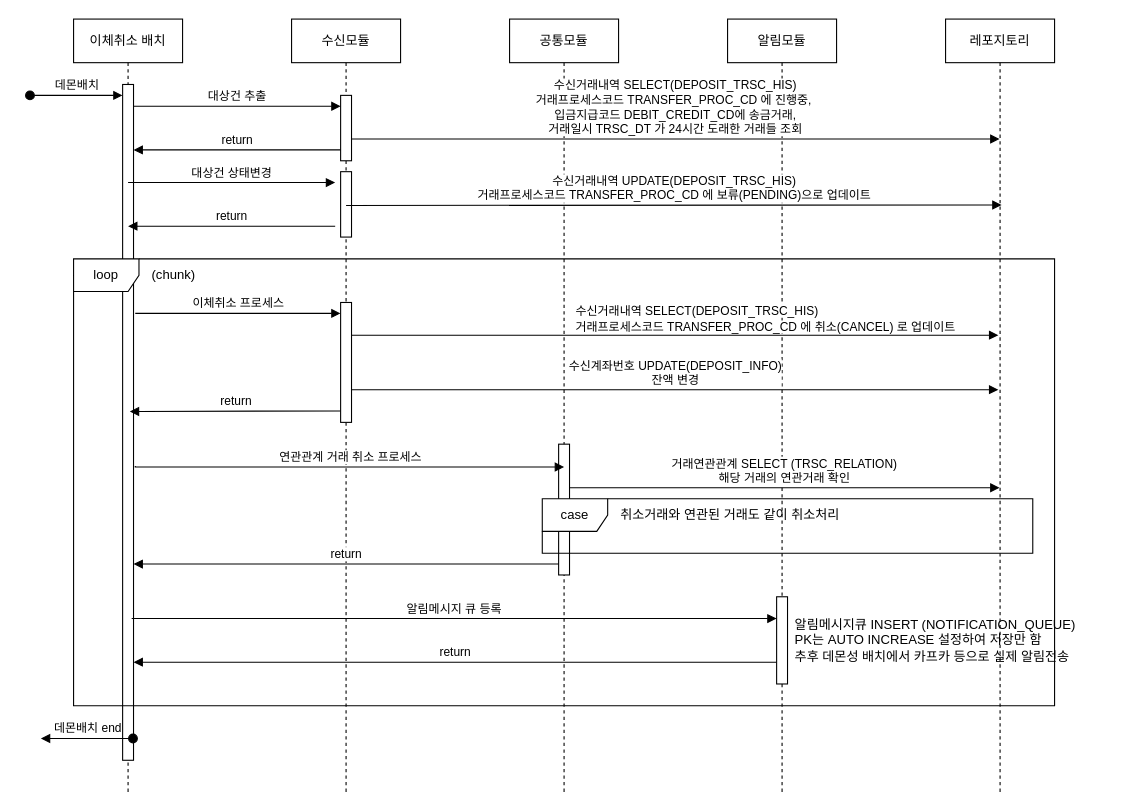
This is src/main/resources/files/시퀀스다이어그램/송금취소배치.drawio from NohKeun/kakao, a draw.io file, before an edit. Source tidied: cells renumbered, new cells numbered last; positions are measured from the earlier drawing's top-left corner, leaving out a move shared by most shapes. Both pictures are drawn from the tidied source at 109%, with x=0, y=0 at pixel (29, 19).
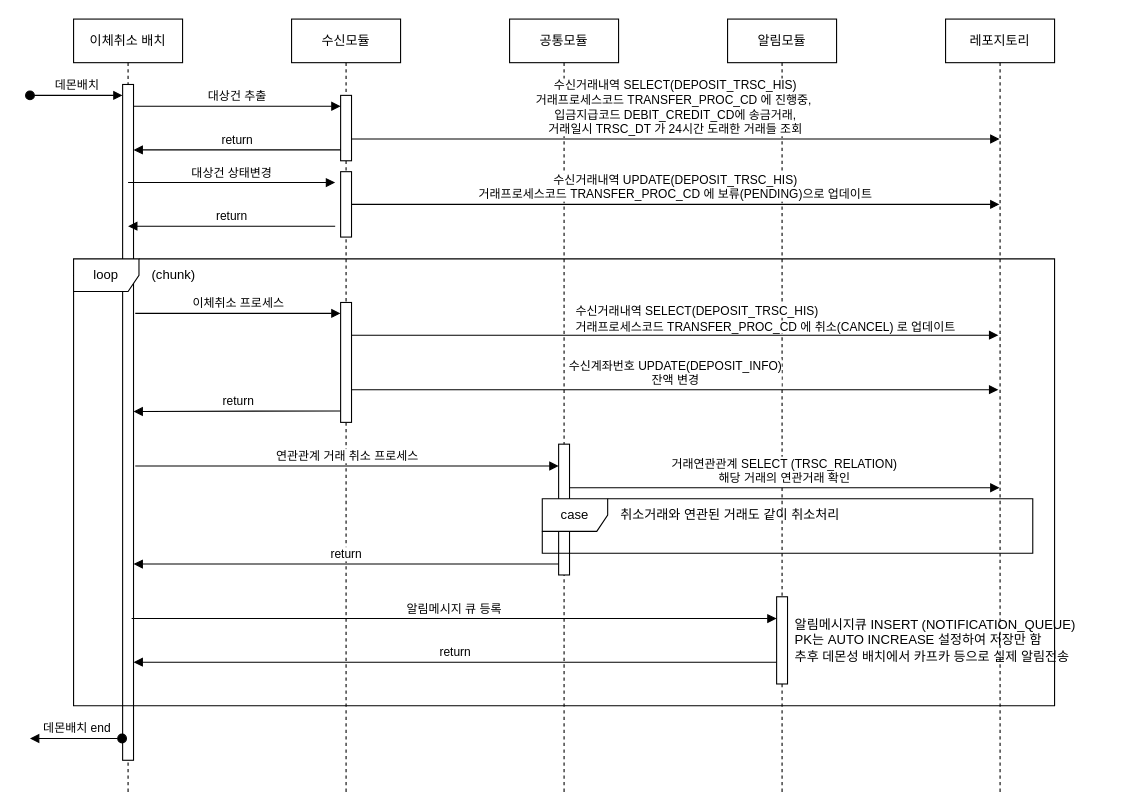
The same diagram, later.

Commit message:
송금취소배치.drawio 업데이트

Unchanged cells that the change refers to:
```xml
<mxCell id="3" style="html=1;points=[];perimeter=orthogonalPerimeter;outlineConnect=0;targetShapes=umlLifeline;portConstraint=eastwest;newEdgeStyle={&quot;edgeStyle&quot;:&quot;elbowEdgeStyle&quot;,&quot;elbow&quot;:&quot;vertical&quot;,&quot;curved&quot;:0,&quot;rounded&quot;:0};" parent="2" vertex="1">
  <mxGeometry x="45" y="60" width="10" height="620" as="geometry" />
</mxCell>
<mxCell id="11" style="html=1;points=[];perimeter=orthogonalPerimeter;outlineConnect=0;targetShapes=umlLifeline;portConstraint=eastwest;newEdgeStyle={&quot;edgeStyle&quot;:&quot;elbowEdgeStyle&quot;,&quot;elbow&quot;:&quot;vertical&quot;,&quot;curved&quot;:0,&quot;rounded&quot;:0};" parent="10" vertex="1">
  <mxGeometry x="45" y="390" width="10" height="120" as="geometry" />
</mxCell>
```

Change to the diagram source:
```diff
@@
-    <mxCell id="17" value="return" style="html=1;verticalAlign=bottom;endArrow=block;edgeStyle=elbowEdgeStyle;elbow=vertical;curved=0;rounded=0;" parent="1" edge="1">
+    <mxCell id="17" value="return" style="html=1;verticalAlign=bottom;endArrow=block;edgeStyle=elbowEdgeStyle;elbow=vertical;curved=0;rounded=0;" parent="1" edge="1" target="3">
       <mxGeometry relative="1" as="geometry">
         <mxPoint x="285" y="359.5" as="sourcePoint" />
-        <mxPoint x="91.6" y="359.5" as="targetPoint" />
       </mxGeometry>
     </mxCell>
@@
     <mxCell id="22" value="데몬배치 end" style="html=1;verticalAlign=bottom;startArrow=oval;endArrow=block;startSize=8;edgeStyle=elbowEdgeStyle;elbow=vertical;curved=0;rounded=0;" parent="1" edge="1">
       <mxGeometry relative="1" as="geometry">
-        <mxPoint x="94.5" y="660" as="sourcePoint" />
-        <mxPoint x="10" y="660" as="targetPoint" />
+        <mxPoint x="84.5" y="660" as="sourcePoint" />
+        <mxPoint y="660" as="targetPoint" />
       </mxGeometry>
     </mxCell>
@@
     <mxCell id="26" value="수신거래내역 UPDATE(DEPOSIT_TRSC_HIS)&lt;div&gt;거래프로세스코드 TRANSFER_PROC_CD 에 보류(PENDING)으로 업데이트&lt;/div&gt;" style="html=1;verticalAlign=bottom;endArrow=block;edgeStyle=elbowEdgeStyle;elbow=vertical;curved=0;rounded=0;" parent="1" edge="1">
       <mxGeometry relative="1" as="geometry">
-        <mxPoint x="290" y="171" as="sourcePoint" />
-        <mxPoint x="891.4" y="170.5" as="targetPoint" />
+        <mxPoint x="295" y="170" as="sourcePoint" />
+        <mxPoint x="889.5" y="170" as="targetPoint" />
         <Array as="points">
-          <mxPoint x="411.4" y="170.5" />
-          <mxPoint x="436.4" y="160" />
+          <mxPoint x="436.4" y="170" />
         </Array>
       </mxGeometry>
     </mxCell>
@@
-    <mxCell id="29" value="연관관계 거래 취소 프로세스" style="html=1;verticalAlign=bottom;endArrow=block;edgeStyle=elbowEdgeStyle;elbow=vertical;curved=0;rounded=0;entryX=0.5;entryY=0.182;entryDx=0;entryDy=0;entryPerimeter=0;" parent="1" edge="1" target="11">
+    <mxCell id="29" value="연관관계 거래 취소 프로세스" style="html=1;verticalAlign=bottom;endArrow=block;edgeStyle=elbowEdgeStyle;elbow=vertical;curved=0;rounded=0;" parent="1" edge="1" target="11">
       <mxGeometry relative="1" as="geometry">
         <mxPoint x="96.6" y="410" as="sourcePoint" />
       </mxGeometry>
     </mxCell>
```
